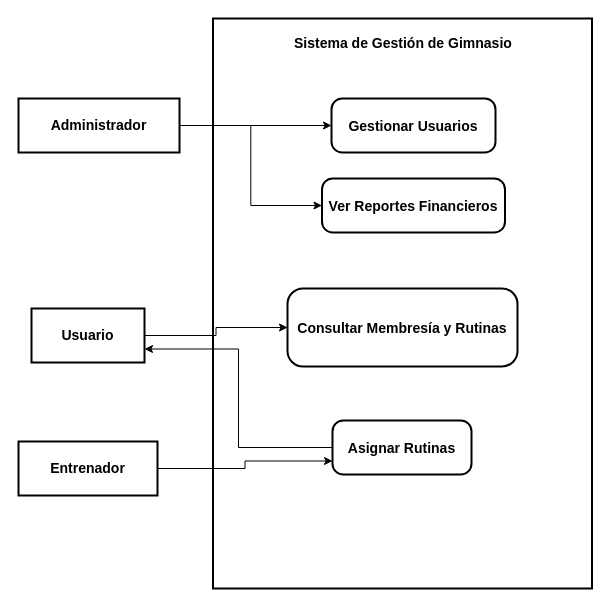
Earlier version of the draw.io diagram Caso de uso general.drawio (RogerNegrete/sistemas-distribuidos). Source tidied: cells renumbered, new cells numbered last; positions are measured from the earlier drawing's top-left corner, leaving out a move shared by most shapes. Both pictures are drawn from the tidied source at 100%, with x=0, y=0 at pixel (18, 18).
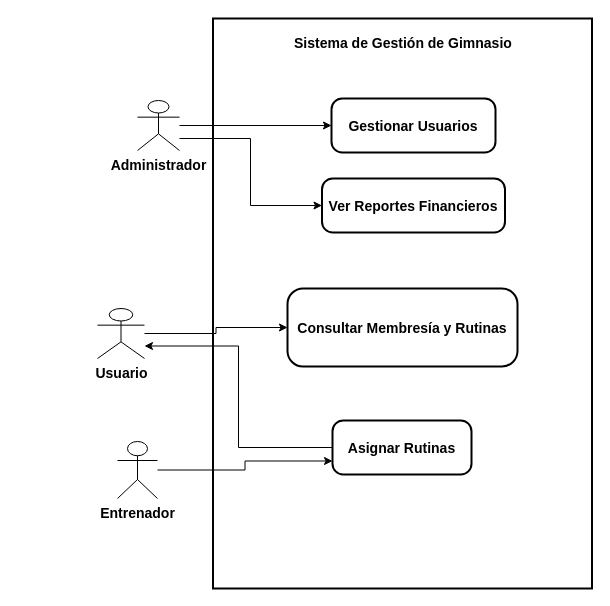
After the change.

The edit, as a diff of the source:
```diff
@@
 <mxGraphModel>
   <root>
     <mxCell id="0" />
     <mxCell id="1" parent="0" />
     <mxCell id="2" style="whiteSpace=wrap;strokeWidth=2;" parent="1" vertex="1">
       <mxGeometry x="194.5" width="379" height="570" as="geometry" />
     </mxCell>
     <mxCell id="3" style="rounded=0;jettySize=auto;html=1;entryX=0;entryY=0.5;entryDx=0;entryDy=0;shape=filledEdge;edgeStyle=orthogonalEdgeStyle;" parent="1" edge="1" source="5" target="15">
-      <mxGeometry relative="1" as="geometry" />
+      <mxGeometry relative="1" as="geometry">
+        <Array as="points">
+          <mxPoint x="232" y="120" />
+          <mxPoint x="232" y="187" />
+        </Array>
+      </mxGeometry>
     </mxCell>
     <mxCell id="4" style="edgeStyle=orthogonalEdgeStyle;rounded=0;jettySize=auto;html=1;exitX=1;exitY=0.5;exitDx=0;exitDy=0;entryX=0;entryY=0.5;entryDx=0;entryDy=0;" parent="1" edge="1" source="5" target="10">
       <mxGeometry relative="1" as="geometry" />
     </mxCell>
-    <mxCell id="5" value="Administrador" style="whiteSpace=wrap;strokeWidth=2;fontSize=14;fontStyle=1;" parent="1" vertex="1">
-      <mxGeometry y="80" width="161" height="54" as="geometry" />
+    <mxCell id="5" value="&lt;font style=&quot;font-size: 14px;&quot;&gt;&lt;b&gt;Administrador&lt;/b&gt;&lt;/font&gt;" style="shape=umlActor;verticalLabelPosition=bottom;verticalAlign=top;html=1;outlineConnect=0;" parent="1" vertex="1">
+      <mxGeometry x="119" y="82" width="42" height="50" as="geometry" />
     </mxCell>
     <mxCell id="6" style="edgeStyle=orthogonalEdgeStyle;rounded=0;jettySize=auto;html=1;exitX=1;exitY=0.5;exitDx=0;exitDy=0;entryX=0;entryY=0.75;entryDx=0;entryDy=0;" parent="1" edge="1" source="7" target="13">
       <mxGeometry relative="1" as="geometry" />
     </mxCell>
-    <mxCell id="7" value="Entrenador" style="whiteSpace=wrap;strokeWidth=2;fontSize=14;fontStyle=1;" parent="1" vertex="1">
-      <mxGeometry y="423" width="139" height="54" as="geometry" />
+    <mxCell id="7" value="&lt;font style=&quot;font-size: 14px;&quot;&gt;&lt;b&gt;Entrenador&lt;/b&gt;&lt;/font&gt;" style="shape=umlActor;verticalLabelPosition=bottom;verticalAlign=top;html=1;outlineConnect=0;" parent="1" vertex="1">
+      <mxGeometry x="99" y="423" width="40" height="57" as="geometry" />
     </mxCell>
     <mxCell id="8" style="edgeStyle=orthogonalEdgeStyle;rounded=0;jettySize=auto;html=1;exitX=1;exitY=0.5;exitDx=0;exitDy=0;entryX=0;entryY=0.5;entryDx=0;entryDy=0;" parent="1" edge="1" source="9" target="11">
       <mxGeometry relative="1" as="geometry" />
     </mxCell>
-    <mxCell id="9" value="Usuario" style="whiteSpace=wrap;strokeWidth=2;fontSize=14;fontStyle=1;" parent="1" vertex="1">
-      <mxGeometry x="13" y="290" width="113" height="54" as="geometry" />
+    <mxCell id="9" value="&lt;font style=&quot;font-size: 14px;&quot;&gt;&lt;b&gt;Usuario&lt;/b&gt;&lt;/font&gt;" style="shape=umlActor;verticalLabelPosition=bottom;verticalAlign=top;html=1;outlineConnect=0;" parent="1" vertex="1">
+      <mxGeometry x="79" y="290" width="47" height="50" as="geometry" />
     </mxCell>
     <mxCell id="10" value="Gestionar Usuarios" style="rounded=1;arcSize=20;strokeWidth=2;fontSize=14;fontStyle=1;" parent="1" vertex="1">
       <mxGeometry x="313" y="80" width="164" height="54" as="geometry" />
     </mxCell>
     <mxCell id="11" value="Consultar Membresía y Rutinas" style="rounded=1;arcSize=20;strokeWidth=2;fontSize=14;fontStyle=1;" parent="1" vertex="1">
       <mxGeometry x="269" y="270" width="230" height="78" as="geometry" />
     </mxCell>
     <mxCell id="12" style="edgeStyle=orthogonalEdgeStyle;rounded=0;jettySize=auto;html=1;exitX=0;exitY=0.5;exitDx=0;exitDy=0;entryX=1;entryY=0.75;entryDx=0;entryDy=0;" parent="1" edge="1" source="13" target="9">
       <mxGeometry relative="1" as="geometry" />
     </mxCell>
     <mxCell id="13" value="Asignar Rutinas" style="rounded=1;arcSize=20;strokeWidth=2;fontSize=14;fontStyle=1;" parent="1" vertex="1">
       <mxGeometry x="314" y="402" width="139" height="54" as="geometry" />
     </mxCell>
     <mxCell id="14" value="&lt;div style=&quot;text-align: center;&quot;&gt;&lt;span style=&quot;background-color: transparent; font-size: 14px;&quot;&gt;&lt;b&gt;Sistema de Gestión de Gimnasio&lt;/b&gt;&lt;/span&gt;&lt;/div&gt;" style="text;whiteSpace=wrap;html=1;" parent="1" vertex="1">
       <mxGeometry x="274" y="10" width="220" height="40" as="geometry" />
     </mxCell>
     <mxCell id="15" value="Ver Reportes Financieros" style="rounded=1;arcSize=20;strokeWidth=2;fontSize=14;fontStyle=1;" parent="1" vertex="1">
       <mxGeometry x="303.5" y="160" width="183" height="54" as="geometry" />
     </mxCell>
   </root>
 </mxGraphModel>
```
